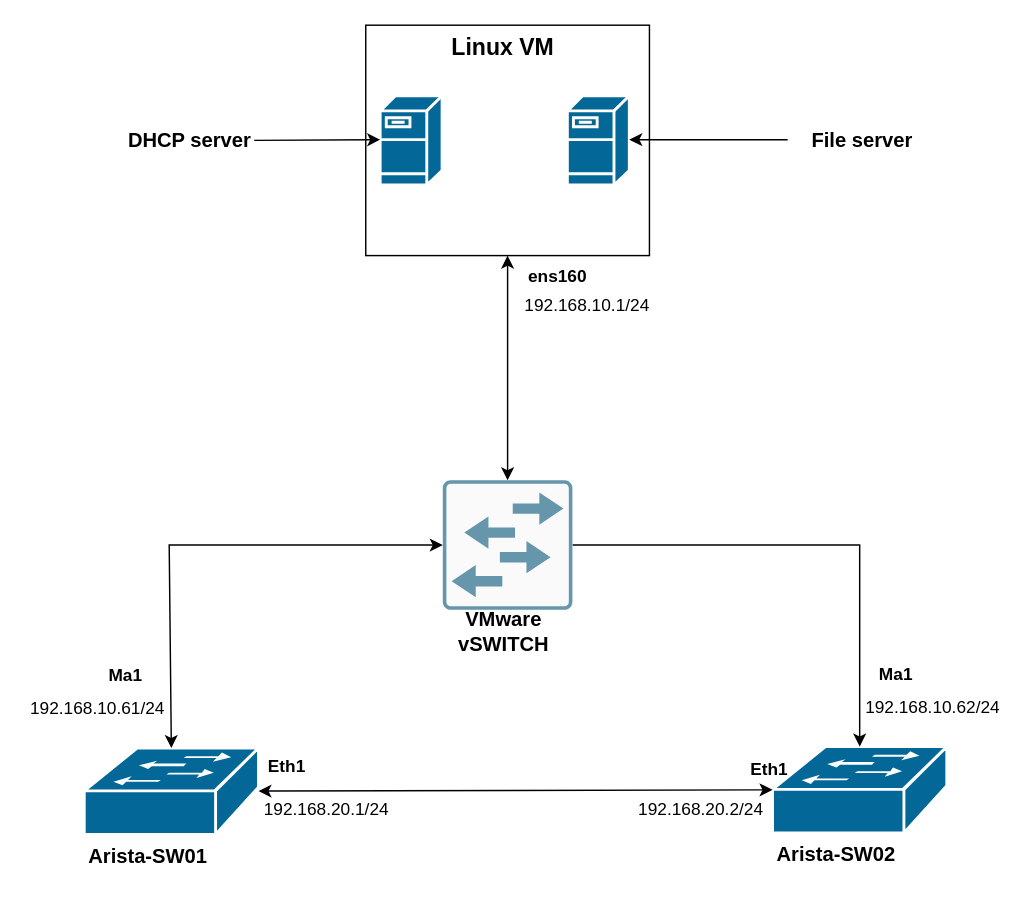
OpentekyLab/Networking keeps this draw.io diagram as ZTP Provisioning for Arista/Arista_ZTP_diagram.drawio. Above is the earlier version. Source tidied: cells renumbered, new cells numbered last; positions are measured from the earlier drawing's top-left corner, leaving out a move shared by most shapes. Both pictures are drawn from the tidied source at 144%, with x=0, y=0 at pixel (24, 24).
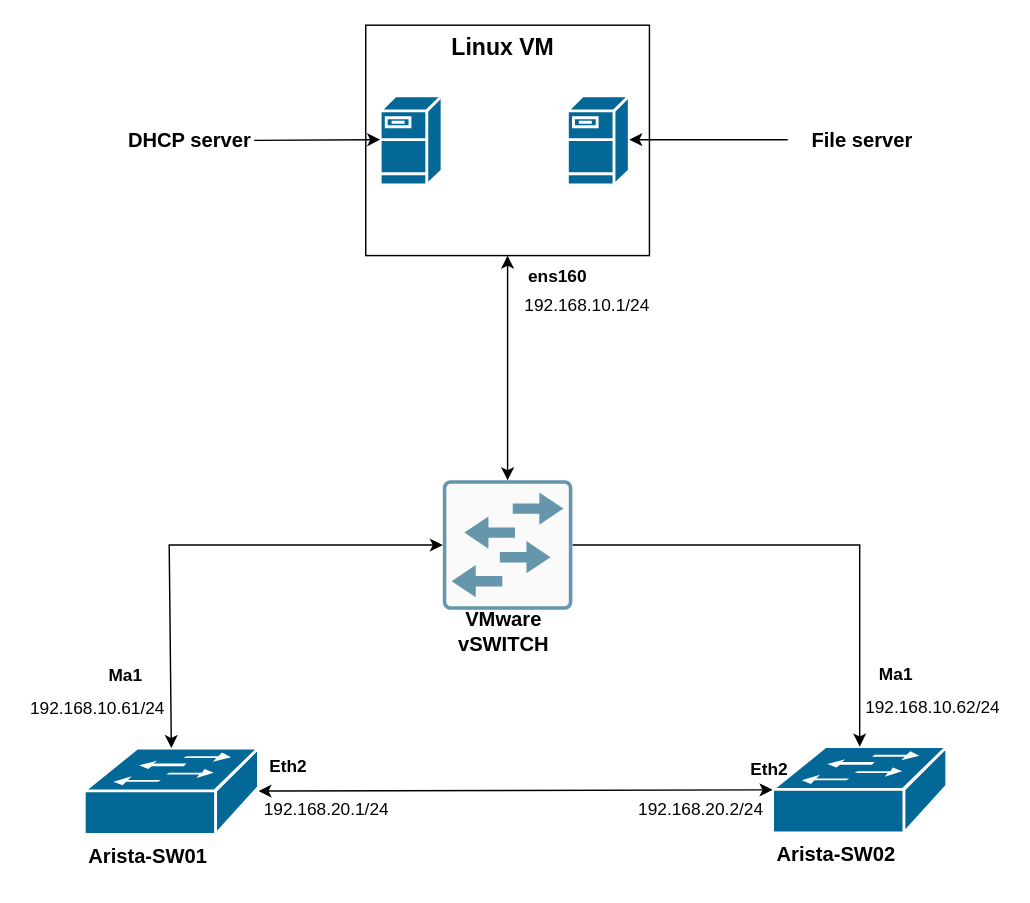
Above is the later version.

Diff of the diagram source:
```diff
@@
-    <mxCell id="24" value="&lt;b&gt;Eth1&lt;/b&gt;" style="text;strokeColor=none;align=center;fillColor=none;html=1;verticalAlign=middle;whiteSpace=wrap;rounded=0;" parent="1" vertex="1">
-      <mxGeometry x="162" y="500" width="40" height="30" as="geometry" />
+    <mxCell id="24" value="&lt;b&gt;Eth2&lt;/b&gt;" style="text;strokeColor=none;align=center;fillColor=none;html=1;verticalAlign=middle;whiteSpace=wrap;rounded=0;" parent="1" vertex="1">
+      <mxGeometry x="163" y="500" width="40" height="30" as="geometry" />
     </mxCell>
-    <mxCell id="25" value="&lt;b&gt;Eth1&lt;/b&gt;" style="text;strokeColor=none;align=center;fillColor=none;html=1;verticalAlign=middle;whiteSpace=wrap;rounded=0;" parent="1" vertex="1">
+    <mxCell id="25" value="&lt;b&gt;Eth2&lt;/b&gt;" style="text;strokeColor=none;align=center;fillColor=none;html=1;verticalAlign=middle;whiteSpace=wrap;rounded=0;" parent="1" vertex="1">
       <mxGeometry x="497" y="502" width="40" height="30" as="geometry" />
     </mxCell>
```
